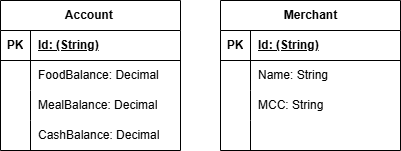
amandasegundo/caju-authorizer keeps this draw.io diagram as docs/caju-database.png. Above is the earlier version. Source tidied: cells renumbered, new cells last; positions are measured from the earlier drawing's top-left corner, leaving out a move shared by most shapes.
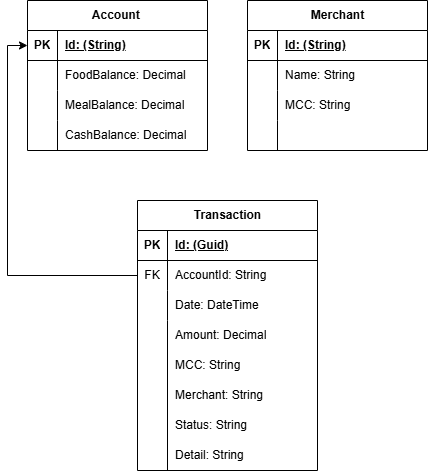
Later version of the same file.

What changed in the source:
```diff
@@ -80,5 +80,91 @@
     <mxCell id="27" style="shape=partialRectangle;fillColor=none;top=0;left=0;bottom=0;right=0;align=left;spacingLeft=6;overflow=hidden;whiteSpace=wrap;html=1;" parent="25" vertex="1">
       <mxGeometry x="30" width="150" height="30" as="geometry" />
     </mxCell>
+    <mxCell id="28" style="edgeStyle=orthogonalEdgeStyle;rounded=0;jettySize=auto;html=1;entryX=0;entryY=0.5;entryDx=0;entryDy=0;" parent="1" edge="1" source="29" target="3">
+      <mxGeometry relative="1" as="geometry">
+        <Array as="points">
+          <mxPoint x="-20" y="275" />
+          <mxPoint x="-20" y="45" />
+        </Array>
+      </mxGeometry>
+    </mxCell>
+    <mxCell id="29" value="Transaction" style="shape=table;startSize=30;rowLines=0;fontStyle=1;align=center;html=1;" parent="1" vertex="1">
+      <mxGeometry x="110" y="200" width="180" height="270" as="geometry" />
+    </mxCell>
+    <mxCell id="30" style="shape=tableRow;horizontal=0;startSize=0;swimlaneHead=0;swimlaneBody=0;fillColor=none;top=0;left=0;right=0;bottom=1;" parent="29" vertex="1">
+      <mxGeometry y="30" width="180" height="30" as="geometry" />
+    </mxCell>
+    <mxCell id="31" value="PK" style="shape=partialRectangle;fillColor=none;top=0;left=0;bottom=0;right=0;fontStyle=1;overflow=hidden;whiteSpace=wrap;html=1;" parent="30" vertex="1">
+      <mxGeometry width="30" height="30" as="geometry" />
+    </mxCell>
+    <mxCell id="32" value="Id: (Guid)" style="shape=partialRectangle;fillColor=none;top=0;left=0;bottom=0;right=0;align=left;spacingLeft=6;fontStyle=5;overflow=hidden;whiteSpace=wrap;html=1;" parent="30" vertex="1">
+      <mxGeometry x="30" width="150" height="30" as="geometry" />
+    </mxCell>
+    <mxCell id="33" style="shape=tableRow;horizontal=0;startSize=0;swimlaneHead=0;swimlaneBody=0;fillColor=none;top=0;left=0;right=0;bottom=0;" parent="29" vertex="1">
+      <mxGeometry y="60" width="180" height="30" as="geometry" />
+    </mxCell>
+    <mxCell id="34" value="FK" style="shape=partialRectangle;fillColor=none;top=0;left=0;bottom=0;right=0;overflow=hidden;whiteSpace=wrap;html=1;" parent="33" vertex="1">
+      <mxGeometry width="30" height="30" as="geometry" />
+    </mxCell>
+    <mxCell id="35" value="AccountId: String" style="shape=partialRectangle;fillColor=none;top=0;left=0;bottom=0;right=0;align=left;spacingLeft=6;overflow=hidden;whiteSpace=wrap;html=1;" parent="33" vertex="1">
+      <mxGeometry x="30" width="150" height="30" as="geometry" />
+    </mxCell>
+    <mxCell id="36" style="shape=tableRow;horizontal=0;startSize=0;swimlaneHead=0;swimlaneBody=0;fillColor=none;top=0;left=0;right=0;bottom=0;" parent="29" vertex="1">
+      <mxGeometry y="90" width="180" height="30" as="geometry" />
+    </mxCell>
+    <mxCell id="37" style="shape=partialRectangle;fillColor=none;top=0;left=0;bottom=0;right=0;overflow=hidden;whiteSpace=wrap;html=1;" parent="36" vertex="1">
+      <mxGeometry width="30" height="30" as="geometry" />
+    </mxCell>
+    <mxCell id="38" value="Date: DateTime" style="shape=partialRectangle;fillColor=none;top=0;left=0;bottom=0;right=0;align=left;spacingLeft=6;overflow=hidden;whiteSpace=wrap;html=1;" parent="36" vertex="1">
+      <mxGeometry x="30" width="150" height="30" as="geometry" />
+    </mxCell>
+    <mxCell id="39" style="shape=tableRow;horizontal=0;startSize=0;swimlaneHead=0;swimlaneBody=0;fillColor=none;top=0;left=0;right=0;bottom=0;" parent="29" vertex="1">
+      <mxGeometry y="120" width="180" height="150" as="geometry" />
+    </mxCell>
+    <mxCell id="40" style="shape=partialRectangle;fillColor=none;top=0;left=0;bottom=0;right=0;overflow=hidden;whiteSpace=wrap;html=1;" parent="39" vertex="1">
+      <mxGeometry width="30" height="150" as="geometry" />
+    </mxCell>
+    <mxCell id="41" style="shape=partialRectangle;fillColor=none;top=0;left=0;bottom=0;right=0;align=left;spacingLeft=6;overflow=hidden;whiteSpace=wrap;html=1;" parent="39" vertex="1">
+      <mxGeometry x="30" width="150" height="150" as="geometry" />
+    </mxCell>
+    <mxCell id="42" style="shape=tableRow;horizontal=0;startSize=0;swimlaneHead=0;swimlaneBody=0;fillColor=none;top=0;left=0;right=0;bottom=0;" parent="1" vertex="1">
+      <mxGeometry x="110" y="320" width="180" height="30" as="geometry" />
+    </mxCell>
+    <mxCell id="43" style="shape=partialRectangle;fillColor=none;top=0;left=0;bottom=0;right=0;overflow=hidden;whiteSpace=wrap;html=1;" parent="42" vertex="1">
+      <mxGeometry width="30" height="30" as="geometry" />
+    </mxCell>
+    <mxCell id="44" value="Amount: Decimal" style="shape=partialRectangle;fillColor=none;top=0;left=0;bottom=0;right=0;align=left;spacingLeft=6;overflow=hidden;whiteSpace=wrap;html=1;" parent="42" vertex="1">
+      <mxGeometry x="30" width="150" height="30" as="geometry" />
+    </mxCell>
+    <mxCell id="45" style="shape=tableRow;horizontal=0;startSize=0;swimlaneHead=0;swimlaneBody=0;fillColor=none;top=0;left=0;right=0;bottom=0;" parent="1" vertex="1">
+      <mxGeometry x="110" y="350" width="180" height="30" as="geometry" />
+    </mxCell>
+    <mxCell id="46" style="shape=partialRectangle;fillColor=none;top=0;left=0;bottom=0;right=0;overflow=hidden;whiteSpace=wrap;html=1;" parent="45" vertex="1">
+      <mxGeometry width="30" height="30" as="geometry" />
+    </mxCell>
+    <mxCell id="47" value="MCC: String" style="shape=partialRectangle;fillColor=none;top=0;left=0;bottom=0;right=0;align=left;spacingLeft=6;overflow=hidden;whiteSpace=wrap;html=1;" parent="45" vertex="1">
+      <mxGeometry x="30" width="150" height="30" as="geometry" />
+    </mxCell>
+    <mxCell id="48" style="shape=tableRow;horizontal=0;startSize=0;swimlaneHead=0;swimlaneBody=0;fillColor=none;top=0;left=0;right=0;bottom=0;" parent="1" vertex="1">
+      <mxGeometry x="110" y="380" width="180" height="30" as="geometry" />
+    </mxCell>
+    <mxCell id="49" style="shape=partialRectangle;fillColor=none;top=0;left=0;bottom=0;right=0;overflow=hidden;whiteSpace=wrap;html=1;" parent="48" vertex="1">
+      <mxGeometry width="30" height="30" as="geometry" />
+    </mxCell>
+    <mxCell id="50" value="Merchant: String" style="shape=partialRectangle;fillColor=none;top=0;left=0;bottom=0;right=0;align=left;spacingLeft=6;overflow=hidden;whiteSpace=wrap;html=1;" parent="48" vertex="1">
+      <mxGeometry x="30" width="150" height="30" as="geometry" />
+    </mxCell>
+    <mxCell id="51" style="shape=tableRow;horizontal=0;startSize=0;swimlaneHead=0;swimlaneBody=0;fillColor=none;top=0;left=0;right=0;bottom=0;" parent="1" vertex="1">
+      <mxGeometry x="110" y="410" width="180" height="30" as="geometry" />
+    </mxCell>
+    <mxCell id="52" style="shape=partialRectangle;fillColor=none;top=0;left=0;bottom=0;right=0;overflow=hidden;whiteSpace=wrap;html=1;" parent="51" vertex="1">
+      <mxGeometry width="30" height="30" as="geometry" />
+    </mxCell>
+    <mxCell id="53" value="Status: String" style="shape=partialRectangle;fillColor=none;top=0;left=0;bottom=0;right=0;align=left;spacingLeft=6;overflow=hidden;whiteSpace=wrap;html=1;" parent="51" vertex="1">
+      <mxGeometry x="30" width="150" height="30" as="geometry" />
+    </mxCell>
+    <mxCell id="54" value="Detail: String" style="shape=partialRectangle;fillColor=none;top=0;left=0;bottom=0;right=0;align=left;spacingLeft=6;overflow=hidden;whiteSpace=wrap;html=1;" parent="1" vertex="1">
+      <mxGeometry x="140" y="440" width="150" height="30" as="geometry" />
+    </mxCell>
   </root>
 </mxGraphModel>
```
